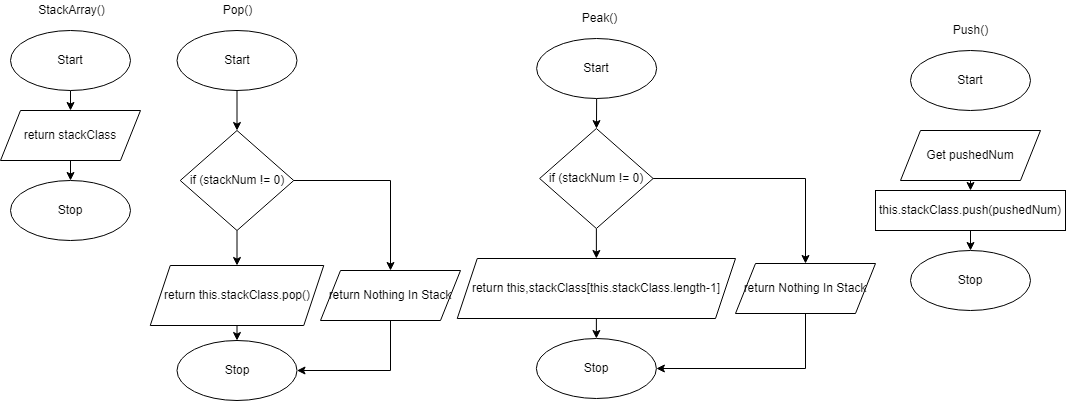
JacksonNaufal/ics4u-unit2-03-typescript keeps this draw.io diagram as Drawio/Flowchart1.png. Above is the earlier version. Source tidied: cells renumbered, new cells last; positions are measured from the earlier drawing's top-left corner, leaving out a move shared by most shapes.
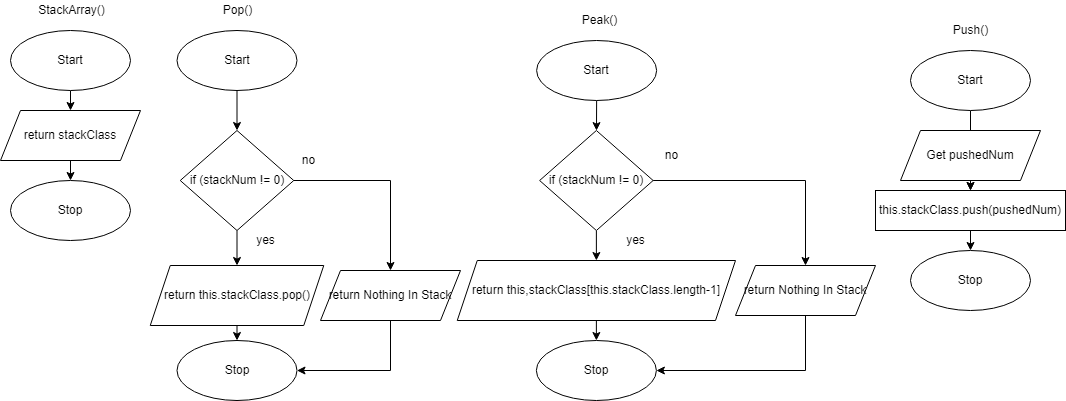
After the commit.

The edit, as a diff of the source:
```diff
@@ -38,6 +38,9 @@
     <mxCell id="13" value="Pop()" style="text;html=1;align=center;verticalAlign=middle;strokeColor=none;fillColor=none;" parent="1" vertex="1">
       <mxGeometry x="216.5" width="40" height="20" as="geometry" />
     </mxCell>
+    <mxCell id="37" style="edgeStyle=none;rounded=0;html=1;" parent="1" edge="1" source="14" target="20">
+      <mxGeometry relative="1" as="geometry" />
+    </mxCell>
     <mxCell id="14" value="Start" style="ellipse;whiteSpace=wrap;html=1;" parent="1" vertex="1">
       <mxGeometry x="910" y="50" width="120" height="60" as="geometry" />
     </mxCell>
@@ -63,19 +66,19 @@
       <mxGeometry relative="1" as="geometry" />
     </mxCell>
     <mxCell id="22" value="Start" style="ellipse;whiteSpace=wrap;html=1;" parent="1" vertex="1">
-      <mxGeometry x="536.1" y="38" width="120" height="60" as="geometry" />
+      <mxGeometry x="536.1" y="40" width="120" height="60" as="geometry" />
     </mxCell>
     <mxCell id="23" style="edgeStyle=none;html=1;" parent="1" edge="1" source="24" target="25">
       <mxGeometry relative="1" as="geometry" />
     </mxCell>
     <mxCell id="24" value="return this,stackClass[this.stackClass.length-1]" style="shape=parallelogram;perimeter=parallelogramPerimeter;whiteSpace=wrap;html=1;fixedSize=1;" parent="1" vertex="1">
-      <mxGeometry x="456.8" y="258" width="278.2" height="60" as="geometry" />
+      <mxGeometry x="456.8" y="260" width="278.2" height="60" as="geometry" />
     </mxCell>
     <mxCell id="25" value="Stop" style="ellipse;whiteSpace=wrap;html=1;" parent="1" vertex="1">
-      <mxGeometry x="535.9" y="338" width="120" height="60" as="geometry" />
+      <mxGeometry x="535.9" y="340" width="120" height="60" as="geometry" />
     </mxCell>
     <mxCell id="26" value="Peak()" style="text;html=1;align=center;verticalAlign=middle;strokeColor=none;fillColor=none;" parent="1" vertex="1">
-      <mxGeometry x="574.1" y="8" width="50" height="20" as="geometry" />
+      <mxGeometry x="574.1" y="10" width="50" height="20" as="geometry" />
     </mxCell>
     <mxCell id="27" style="edgeStyle=none;html=1;" parent="1" edge="1" source="29" target="11">
       <mxGeometry relative="1" as="geometry" />
@@ -106,22 +109,34 @@
     <mxCell id="33" style="edgeStyle=none;rounded=0;html=1;entryX=0.5;entryY=0;entryDx=0;entryDy=0;" parent="1" edge="1" source="34" target="36">
       <mxGeometry relative="1" as="geometry">
         <Array as="points">
-          <mxPoint x="805" y="178" />
+          <mxPoint x="805" y="180" />
         </Array>
       </mxGeometry>
     </mxCell>
     <mxCell id="34" value="if (stackNum != 0)" style="rhombus;whiteSpace=wrap;html=1;" parent="1" vertex="1">
-      <mxGeometry x="539.1" y="128" width="113.5" height="100" as="geometry" />
+      <mxGeometry x="539.1" y="130" width="113.5" height="100" as="geometry" />
     </mxCell>
     <mxCell id="35" style="edgeStyle=none;rounded=0;html=1;entryX=1;entryY=0.5;entryDx=0;entryDy=0;" parent="1" edge="1" source="36" target="25">
       <mxGeometry relative="1" as="geometry">
         <Array as="points">
-          <mxPoint x="805" y="368" />
+          <mxPoint x="805" y="370" />
         </Array>
       </mxGeometry>
     </mxCell>
     <mxCell id="36" value="return Nothing In Stack" style="shape=parallelogram;perimeter=parallelogramPerimeter;whiteSpace=wrap;html=1;fixedSize=1;" parent="1" vertex="1">
-      <mxGeometry x="735" y="263" width="140" height="50" as="geometry" />
+      <mxGeometry x="735" y="265" width="140" height="50" as="geometry" />
     </mxCell>
+    <mxCell id="38" value="yes" style="text;html=1;align=center;verticalAlign=middle;strokeColor=none;fillColor=none;" parent="1" vertex="1">
+      <mxGeometry x="250" y="230" width="30" height="20" as="geometry" />
+    </mxCell>
+    <mxCell id="39" value="no" style="text;html=1;align=center;verticalAlign=middle;strokeColor=none;fillColor=none;" parent="1" vertex="1">
+      <mxGeometry x="293.2" y="150" width="30" height="20" as="geometry" />
+    </mxCell>
+    <mxCell id="40" value="yes" style="text;html=1;align=center;verticalAlign=middle;strokeColor=none;fillColor=none;" parent="1" vertex="1">
+      <mxGeometry x="620" y="230" width="30" height="20" as="geometry" />
+    </mxCell>
+    <mxCell id="41" value="no" style="text;html=1;align=center;verticalAlign=middle;strokeColor=none;fillColor=none;" parent="1" vertex="1">
+      <mxGeometry x="656.1" y="145" width="30" height="20" as="geometry" />
+    </mxCell>
   </root>
 </mxGraphModel>
```
